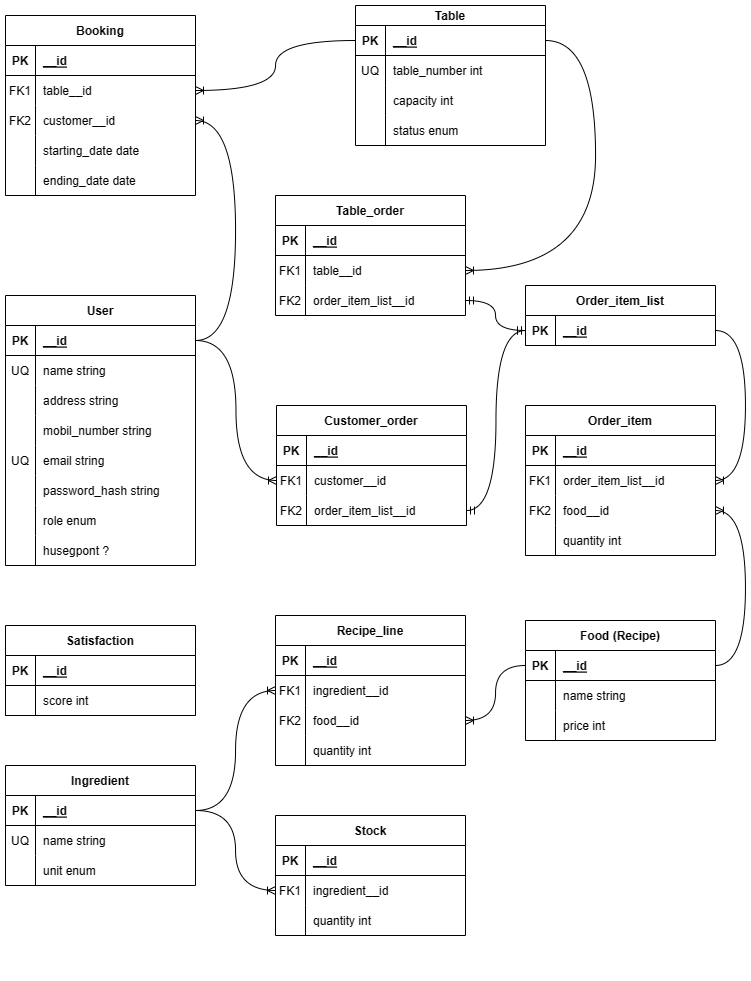
Earlier version of the draw.io export docs/restaurant-data-model.png (bence1922/restaurant). Source tidied: cells renumbered, new cells last; positions are measured from the earlier drawing's top-left corner, leaving out a move shared by most shapes.
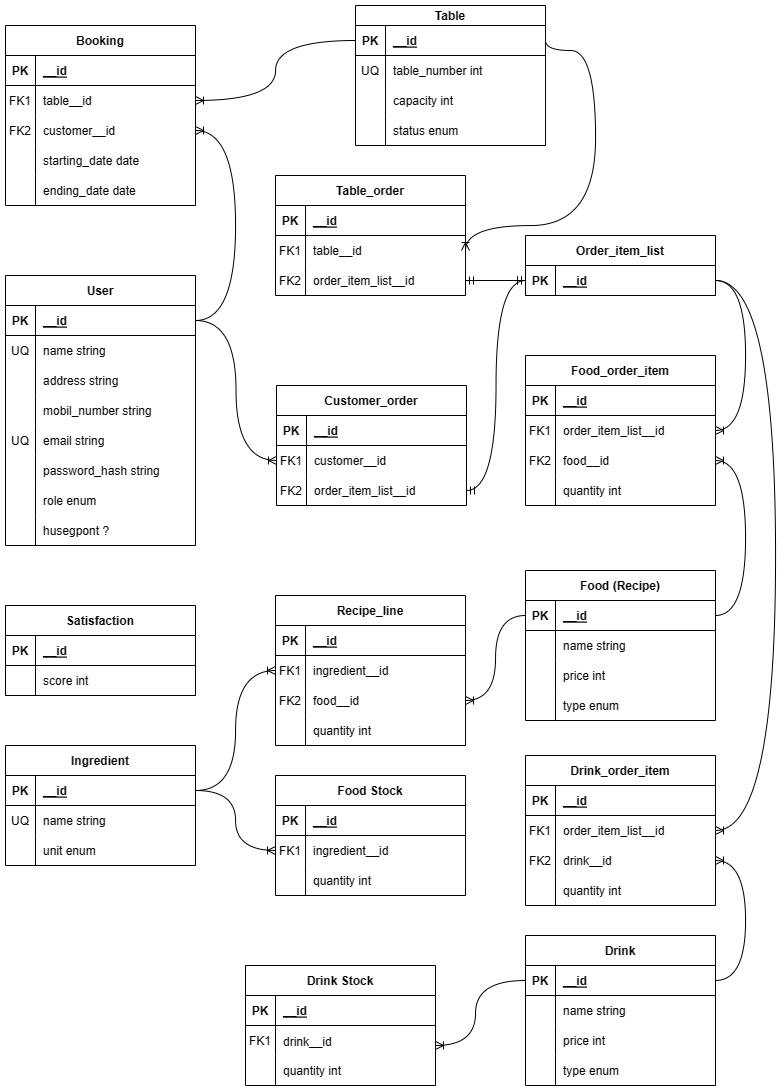
After the commit.

Commit message:
drink in data model

Diff of the diagram source:
```diff
@@ -3,7 +3,7 @@
     <mxCell id="0" />
     <mxCell id="1" parent="0" />
     <mxCell id="2" value="Food (Recipe)" style="shape=table;startSize=30;rowLines=0;fontStyle=1;align=center;" parent="1" vertex="1">
-      <mxGeometry x="520" y="615" width="190" height="120" as="geometry" />
+      <mxGeometry x="520" y="555" width="190" height="150" as="geometry" />
     </mxCell>
     <mxCell id="3" style="shape=partialRectangle;fillColor=none;points=[[0,0.5],[1,0.5]];portConstraint=eastwest;top=0;left=0;right=0;bottom=1;" parent="2" vertex="1">
       <mxGeometry y="30" width="190" height="30" as="geometry" />
@@ -32,8 +32,17 @@
     <mxCell id="11" value="price int" style="shape=partialRectangle;overflow=hidden;fillColor=none;top=0;left=0;bottom=0;right=0;align=left;spacingLeft=6;" parent="9" vertex="1">
       <mxGeometry x="30" width="160" height="30" as="geometry" />
     </mxCell>
+    <mxCell id="158" style="shape=partialRectangle;fillColor=none;top=0;left=0;right=0;bottom=0;" parent="2" vertex="1">
+      <mxGeometry y="120" width="190" height="30" as="geometry" />
+    </mxCell>
+    <mxCell id="159" style="shape=partialRectangle;overflow=hidden;fillColor=none;top=0;left=0;bottom=0;right=0;" parent="158" vertex="1">
+      <mxGeometry width="30" height="30" as="geometry" />
+    </mxCell>
+    <mxCell id="160" value="type enum" style="shape=partialRectangle;overflow=hidden;fillColor=none;top=0;left=0;bottom=0;right=0;align=left;spacingLeft=6;" parent="158" vertex="1">
+      <mxGeometry x="30" width="160" height="30" as="geometry" />
+    </mxCell>
     <mxCell id="12" value="Ingredient" style="shape=table;startSize=30;rowLines=0;fontStyle=1;align=center;" parent="1" vertex="1">
-      <mxGeometry y="760" width="190" height="120" as="geometry" />
+      <mxGeometry y="730" width="190" height="120" as="geometry" />
     </mxCell>
     <mxCell id="13" style="shape=partialRectangle;fillColor=none;points=[[0,0.5],[1,0.5]];portConstraint=eastwest;top=0;left=0;right=0;bottom=1;" parent="12" vertex="1">
       <mxGeometry y="30" width="190" height="30" as="geometry" />
@@ -63,7 +72,7 @@
       <mxGeometry x="30" width="160" height="30" as="geometry" />
     </mxCell>
     <mxCell id="22" value="User" style="shape=table;startSize=30;rowLines=0;fontStyle=1;align=center;" parent="1" vertex="1">
-      <mxGeometry y="290" width="190" height="270" as="geometry" />
+      <mxGeometry y="260" width="190" height="270" as="geometry" />
     </mxCell>
     <mxCell id="23" style="shape=partialRectangle;fillColor=none;points=[[0,0.5],[1,0.5]];portConstraint=eastwest;top=0;left=0;right=0;bottom=1;" parent="22" vertex="1">
       <mxGeometry y="30" width="190" height="30" as="geometry" />
@@ -138,7 +147,7 @@
       <mxGeometry x="30" width="160" height="30" as="geometry" />
     </mxCell>
     <mxCell id="47" value="Table" style="shape=table;startSize=20;rowLines=0;fontStyle=1;align=center;" parent="1" vertex="1">
-      <mxGeometry x="350" width="190" height="140" as="geometry" />
+      <mxGeometry x="350" y="-10" width="190" height="140" as="geometry" />
     </mxCell>
     <mxCell id="48" style="shape=partialRectangle;fillColor=none;points=[[0,0.5],[1,0.5]];portConstraint=eastwest;top=0;left=0;right=0;bottom=1;" parent="47" vertex="1">
       <mxGeometry y="20" width="190" height="30" as="geometry" />
@@ -230,7 +239,7 @@
     <mxCell id="77" style="edgeStyle=orthogonalEdgeStyle;fontSize=12;html=1;endArrow=ERoneToMany;rounded=0;exitX=1;exitY=0.5;exitDx=0;exitDy=0;entryX=1;entryY=0.5;entryDx=0;entryDy=0;curved=1;" parent="1" edge="1" source="23" target="67">
       <mxGeometry relative="1" as="geometry">
         <Array as="points">
-          <mxPoint x="230" y="335" />
+          <mxPoint x="230" y="305" />
           <mxPoint x="230" y="115" />
         </Array>
       </mxGeometry>
@@ -239,7 +248,7 @@
       <mxGeometry relative="1" as="geometry" />
     </mxCell>
     <mxCell id="79" style="group;" parent="1" vertex="1">
-      <mxGeometry x="270" y="610" width="190" height="160" as="geometry" />
+      <mxGeometry x="270" y="580" width="190" height="160" as="geometry" />
     </mxCell>
     <mxCell id="80" value="Recipe_line" style="shape=table;startSize=30;rowLines=0;fontStyle=1;align=center;" parent="79" vertex="1">
       <mxGeometry width="190" height="150" as="geometry" />
@@ -287,9 +296,9 @@
       <mxGeometry relative="1" as="geometry" />
     </mxCell>
     <mxCell id="95" style="group;" parent="1" vertex="1">
-      <mxGeometry x="270" y="810" width="190" height="160" as="geometry" />
+      <mxGeometry x="270" y="760" width="190" height="160" as="geometry" />
     </mxCell>
-    <mxCell id="96" value="Stock" style="shape=table;startSize=30;rowLines=0;fontStyle=1;align=center;" parent="95" vertex="1">
+    <mxCell id="96" value="Food Stock" style="shape=table;startSize=30;rowLines=0;fontStyle=1;align=center;" parent="95" vertex="1">
       <mxGeometry width="190" height="120" as="geometry" />
     </mxCell>
     <mxCell id="97" style="shape=partialRectangle;fillColor=none;top=0;left=0;right=0;bottom=1;" parent="96" vertex="1">
@@ -326,7 +335,7 @@
       <mxGeometry relative="1" as="geometry" />
     </mxCell>
     <mxCell id="108" value="Customer_order" style="shape=table;startSize=30;rowLines=0;fontStyle=1;align=center;" parent="1" vertex="1">
-      <mxGeometry x="271" y="400" width="190" height="120" as="geometry" />
+      <mxGeometry x="271" y="370" width="190" height="120" as="geometry" />
     </mxCell>
     <mxCell id="109" style="shape=partialRectangle;fillColor=none;top=0;left=0;right=0;bottom=1;" parent="108" vertex="1">
       <mxGeometry y="30" width="190" height="30" as="geometry" />
@@ -355,8 +364,8 @@
     <mxCell id="117" value="order_item_list__id" style="shape=partialRectangle;overflow=hidden;fillColor=none;top=0;left=0;bottom=0;right=0;align=left;spacingLeft=6;" parent="115" vertex="1">
       <mxGeometry x="30" width="160" height="30" as="geometry" />
     </mxCell>
-    <mxCell id="118" value="Order_item" style="shape=table;startSize=30;rowLines=0;fontStyle=1;align=center;" parent="1" vertex="1">
-      <mxGeometry x="520" y="400" width="190" height="150" as="geometry" />
+    <mxCell id="118" value="Food_order_item" style="shape=table;startSize=30;rowLines=0;fontStyle=1;align=center;" parent="1" vertex="1">
+      <mxGeometry x="520" y="340" width="190" height="150" as="geometry" />
     </mxCell>
     <mxCell id="119" style="shape=partialRectangle;fillColor=none;top=0;left=0;right=0;bottom=1;" parent="118" vertex="1">
       <mxGeometry y="30" width="190" height="30" as="geometry" />
@@ -400,21 +409,21 @@
     <mxCell id="132" style="edgeStyle=orthogonalEdgeStyle;fontSize=12;html=1;endArrow=ERoneToMany;rounded=0;exitX=1;exitY=0.5;exitDx=0;exitDy=0;entryX=1;entryY=0.5;entryDx=0;entryDy=0;curved=1;" parent="1" edge="1" source="3" target="125">
       <mxGeometry relative="1" as="geometry">
         <Array as="points">
-          <mxPoint x="740" y="660" />
-          <mxPoint x="740" y="505" />
+          <mxPoint x="740" y="600" />
+          <mxPoint x="740" y="445" />
         </Array>
       </mxGeometry>
     </mxCell>
     <mxCell id="133" style="edgeStyle=orthogonalEdgeStyle;fontSize=12;html=1;endArrow=ERoneToMany;rounded=0;entryX=1;entryY=0.5;entryDx=0;entryDy=0;exitX=1;exitY=0.5;exitDx=0;exitDy=0;curved=1;" parent="1" edge="1" source="145" target="122">
       <mxGeometry relative="1" as="geometry">
         <Array as="points">
-          <mxPoint x="740" y="325" />
-          <mxPoint x="740" y="475" />
+          <mxPoint x="740" y="265" />
+          <mxPoint x="740" y="415" />
         </Array>
       </mxGeometry>
     </mxCell>
     <mxCell id="134" value="Table_order" style="shape=table;startSize=30;rowLines=0;fontStyle=1;align=center;" parent="1" vertex="1">
-      <mxGeometry x="270" y="190" width="190" height="120" as="geometry" />
+      <mxGeometry x="270" y="160" width="190" height="120" as="geometry" />
     </mxCell>
     <mxCell id="135" style="shape=partialRectangle;fillColor=none;top=0;left=0;right=0;bottom=1;" parent="134" vertex="1">
       <mxGeometry y="30" width="190" height="30" as="geometry" />
@@ -444,7 +453,7 @@
       <mxGeometry x="30" width="160" height="30" as="geometry" />
     </mxCell>
     <mxCell id="144" value="Order_item_list" style="shape=table;startSize=30;rowLines=0;fontStyle=1;align=center;" parent="1" vertex="1">
-      <mxGeometry x="520" y="280" width="190" height="60" as="geometry" />
+      <mxGeometry x="520" y="220" width="190" height="60" as="geometry" />
     </mxCell>
     <mxCell id="145" style="shape=partialRectangle;fillColor=none;points=[[0,0.5],[1,0.5]];portConstraint=eastwest;top=0;left=0;right=0;bottom=1;" parent="144" vertex="1">
       <mxGeometry y="30" width="190" height="30" as="geometry" />
@@ -465,12 +474,13 @@
       <mxGeometry relative="1" as="geometry">
         <Array as="points">
           <mxPoint x="590" y="35" />
-          <mxPoint x="590" y="265" />
+          <mxPoint x="590" y="210" />
+          <mxPoint x="460" y="210" />
         </Array>
       </mxGeometry>
     </mxCell>
     <mxCell id="151" value="Satisfaction" style="shape=table;startSize=30;rowLines=0;fontStyle=1;align=center;" parent="1" vertex="1">
-      <mxGeometry y="620" width="190" height="90" as="geometry" />
+      <mxGeometry y="590" width="190" height="90" as="geometry" />
     </mxCell>
     <mxCell id="152" style="shape=partialRectangle;fillColor=none;top=0;left=0;right=0;bottom=1;" parent="151" vertex="1">
       <mxGeometry y="30" width="190" height="30" as="geometry" />
@@ -490,5 +500,144 @@
     <mxCell id="157" value="score int" style="shape=partialRectangle;overflow=hidden;fillColor=none;top=0;left=0;bottom=0;right=0;align=left;spacingLeft=6;fontStyle=0;" parent="155" vertex="1">
       <mxGeometry x="30" width="160" height="30" as="geometry" />
     </mxCell>
+    <mxCell id="161" value="Drink" style="shape=table;startSize=30;rowLines=0;fontStyle=1;align=center;" parent="1" vertex="1">
+      <mxGeometry x="520" y="920" width="190" height="150" as="geometry" />
+    </mxCell>
+    <mxCell id="162" style="shape=partialRectangle;fillColor=none;points=[[0,0.5],[1,0.5]];portConstraint=eastwest;top=0;left=0;right=0;bottom=1;" parent="161" vertex="1">
+      <mxGeometry y="30" width="190" height="30" as="geometry" />
+    </mxCell>
+    <mxCell id="163" value="PK" style="shape=partialRectangle;overflow=hidden;fillColor=none;top=0;left=0;bottom=0;right=0;fontStyle=1;" parent="162" vertex="1">
+      <mxGeometry width="30" height="30" as="geometry" />
+    </mxCell>
+    <mxCell id="164" value="__id" style="shape=partialRectangle;overflow=hidden;fillColor=none;top=0;left=0;bottom=0;right=0;align=left;spacingLeft=6;fontStyle=5;" parent="162" vertex="1">
+      <mxGeometry x="30" width="160" height="30" as="geometry" />
+    </mxCell>
+    <mxCell id="165" style="shape=partialRectangle;fillColor=none;top=0;left=0;right=0;bottom=0;" parent="161" vertex="1">
+      <mxGeometry y="60" width="190" height="30" as="geometry" />
+    </mxCell>
+    <mxCell id="166" style="shape=partialRectangle;overflow=hidden;fillColor=none;top=0;left=0;bottom=0;right=0;" parent="165" vertex="1">
+      <mxGeometry width="30" height="30" as="geometry" />
+    </mxCell>
+    <mxCell id="167" value="name string" style="shape=partialRectangle;overflow=hidden;fillColor=none;top=0;left=0;bottom=0;right=0;align=left;spacingLeft=6;" parent="165" vertex="1">
+      <mxGeometry x="30" width="160" height="30" as="geometry" />
+    </mxCell>
+    <mxCell id="168" style="shape=partialRectangle;fillColor=none;top=0;left=0;right=0;bottom=0;" parent="161" vertex="1">
+      <mxGeometry y="90" width="190" height="30" as="geometry" />
+    </mxCell>
+    <mxCell id="169" style="shape=partialRectangle;overflow=hidden;fillColor=none;top=0;left=0;bottom=0;right=0;" parent="168" vertex="1">
+      <mxGeometry width="30" height="30" as="geometry" />
+    </mxCell>
+    <mxCell id="170" value="price int" style="shape=partialRectangle;overflow=hidden;fillColor=none;top=0;left=0;bottom=0;right=0;align=left;spacingLeft=6;" parent="168" vertex="1">
+      <mxGeometry x="30" width="160" height="30" as="geometry" />
+    </mxCell>
+    <mxCell id="171" style="shape=partialRectangle;fillColor=none;top=0;left=0;right=0;bottom=0;" parent="161" vertex="1">
+      <mxGeometry y="120" width="190" height="30" as="geometry" />
+    </mxCell>
+    <mxCell id="172" style="shape=partialRectangle;overflow=hidden;fillColor=none;top=0;left=0;bottom=0;right=0;" parent="171" vertex="1">
+      <mxGeometry width="30" height="30" as="geometry" />
+    </mxCell>
+    <mxCell id="173" value="type enum" style="shape=partialRectangle;overflow=hidden;fillColor=none;top=0;left=0;bottom=0;right=0;align=left;spacingLeft=6;" parent="171" vertex="1">
+      <mxGeometry x="30" width="160" height="30" as="geometry" />
+    </mxCell>
+    <mxCell id="174" value="Drink_order_item" style="shape=table;startSize=30;rowLines=0;fontStyle=1;align=center;" parent="1" vertex="1">
+      <mxGeometry x="520" y="740" width="190" height="150" as="geometry" />
+    </mxCell>
+    <mxCell id="175" style="shape=partialRectangle;fillColor=none;top=0;left=0;right=0;bottom=1;" parent="174" vertex="1">
+      <mxGeometry y="30" width="190" height="30" as="geometry" />
+    </mxCell>
+    <mxCell id="176" value="PK" style="shape=partialRectangle;overflow=hidden;fillColor=none;top=0;left=0;bottom=0;right=0;fontStyle=1;" parent="175" vertex="1">
+      <mxGeometry width="30" height="30" as="geometry" />
+    </mxCell>
+    <mxCell id="177" value="__id" style="shape=partialRectangle;overflow=hidden;fillColor=none;top=0;left=0;bottom=0;right=0;align=left;spacingLeft=6;fontStyle=5;" parent="175" vertex="1">
+      <mxGeometry x="30" width="160" height="30" as="geometry" />
+    </mxCell>
+    <mxCell id="178" style="shape=partialRectangle;fillColor=none;points=[[0,0.5],[1,0.5]];portConstraint=eastwest;top=0;left=0;right=0;bottom=0;" parent="174" vertex="1">
+      <mxGeometry y="60" width="190" height="30" as="geometry" />
+    </mxCell>
+    <mxCell id="179" value="FK1" style="shape=partialRectangle;overflow=hidden;fillColor=none;top=0;left=0;bottom=0;right=0;" parent="178" vertex="1">
+      <mxGeometry width="30" height="30" as="geometry" />
+    </mxCell>
+    <mxCell id="180" value="order_item_list__id" style="shape=partialRectangle;overflow=hidden;fillColor=none;top=0;left=0;bottom=0;right=0;align=left;spacingLeft=6;" parent="178" vertex="1">
+      <mxGeometry x="30" width="160" height="30" as="geometry" />
+    </mxCell>
+    <mxCell id="181" style="shape=partialRectangle;fillColor=none;points=[[0,0.5],[1,0.5]];portConstraint=eastwest;top=0;left=0;right=0;bottom=0;" parent="174" vertex="1">
+      <mxGeometry y="90" width="190" height="30" as="geometry" />
+    </mxCell>
+    <mxCell id="182" value="FK2" style="shape=partialRectangle;overflow=hidden;fillColor=none;top=0;left=0;bottom=0;right=0;" parent="181" vertex="1">
+      <mxGeometry width="30" height="30" as="geometry" />
+    </mxCell>
+    <mxCell id="183" value="drink__id" style="shape=partialRectangle;overflow=hidden;fillColor=none;top=0;left=0;bottom=0;right=0;align=left;spacingLeft=6;" parent="181" vertex="1">
+      <mxGeometry x="30" width="160" height="30" as="geometry" />
+    </mxCell>
+    <mxCell id="184" style="shape=partialRectangle;fillColor=none;top=0;left=0;right=0;bottom=0;" parent="174" vertex="1">
+      <mxGeometry y="120" width="190" height="30" as="geometry" />
+    </mxCell>
+    <mxCell id="185" style="shape=partialRectangle;overflow=hidden;fillColor=none;top=0;left=0;bottom=0;right=0;" parent="184" vertex="1">
+      <mxGeometry width="30" height="30" as="geometry" />
+    </mxCell>
+    <mxCell id="186" value="quantity int" style="shape=partialRectangle;overflow=hidden;fillColor=none;top=0;left=0;bottom=0;right=0;align=left;spacingLeft=6;" parent="184" vertex="1">
+      <mxGeometry x="30" width="160" height="30" as="geometry" />
+    </mxCell>
+    <mxCell id="187" style="edgeStyle=orthogonalEdgeStyle;fontSize=12;html=1;endArrow=ERoneToMany;rounded=0;entryX=1;entryY=0.5;entryDx=0;entryDy=0;exitX=1;exitY=0.5;exitDx=0;exitDy=0;curved=1;" parent="1" edge="1" source="145" target="178">
+      <mxGeometry relative="1" as="geometry">
+        <Array as="points">
+          <mxPoint x="770" y="265" />
+          <mxPoint x="770" y="815" />
+        </Array>
+      </mxGeometry>
+    </mxCell>
+    <mxCell id="188" style="edgeStyle=orthogonalEdgeStyle;fontSize=12;html=1;endArrow=ERoneToMany;rounded=0;exitX=1;exitY=0.5;exitDx=0;exitDy=0;entryX=1;entryY=0.5;entryDx=0;entryDy=0;curved=1;" parent="1" edge="1" source="162" target="181">
+      <mxGeometry relative="1" as="geometry">
+        <Array as="points">
+          <mxPoint x="740" y="965" />
+          <mxPoint x="740" y="845" />
+        </Array>
+      </mxGeometry>
+    </mxCell>
+    <mxCell id="189" style="group;" parent="1" vertex="1">
+      <mxGeometry x="240" y="950" width="190" height="120" as="geometry" />
+    </mxCell>
+    <mxCell id="190" value="Drink Stock" style="shape=table;startSize=30;rowLines=0;fontStyle=1;align=center;" parent="189" vertex="1">
+      <mxGeometry width="190" height="120" as="geometry" />
+    </mxCell>
+    <mxCell id="191" style="shape=partialRectangle;fillColor=none;top=0;left=0;right=0;bottom=1;" parent="190" vertex="1">
+      <mxGeometry y="30" width="190" height="30" as="geometry" />
+    </mxCell>
+    <mxCell id="192" value="PK" style="shape=partialRectangle;overflow=hidden;fillColor=none;top=0;left=0;bottom=0;right=0;fontStyle=1;" parent="191" vertex="1">
+      <mxGeometry width="30" height="30" as="geometry" />
+    </mxCell>
+    <mxCell id="193" value="__id" style="shape=partialRectangle;overflow=hidden;fillColor=none;top=0;left=0;bottom=0;right=0;align=left;spacingLeft=6;fontStyle=5;" parent="191" vertex="1">
+      <mxGeometry x="30" width="160" height="30" as="geometry" />
+    </mxCell>
+    <mxCell id="194" style="shape=partialRectangle;fillColor=none;top=0;left=0;right=0;bottom=0;" parent="190" vertex="1">
+      <mxGeometry y="60" width="190" height="30" as="geometry" />
+    </mxCell>
+    <mxCell id="195" value="FK1" style="shape=partialRectangle;overflow=hidden;fillColor=none;top=0;left=0;bottom=0;right=0;" parent="194" vertex="1">
+      <mxGeometry width="30" height="30" as="geometry" />
+    </mxCell>
+    <mxCell id="196" style="shape=partialRectangle;overflow=hidden;fillColor=none;top=0;left=0;bottom=0;right=0;align=left;spacingLeft=6;" parent="194" vertex="1">
+      <mxGeometry x="30" width="160" height="30" as="geometry" />
+    </mxCell>
+    <mxCell id="197" style="shape=partialRectangle;fillColor=none;top=0;left=0;right=0;bottom=0;" parent="190" vertex="1">
+      <mxGeometry y="90" width="190" height="30" as="geometry" />
+    </mxCell>
+    <mxCell id="198" style="shape=partialRectangle;overflow=hidden;fillColor=none;top=0;left=0;bottom=0;right=0;" parent="197" vertex="1">
+      <mxGeometry width="30" height="30" as="geometry" />
+    </mxCell>
+    <mxCell id="199" value="quantity int" style="shape=partialRectangle;overflow=hidden;fillColor=none;top=0;left=0;bottom=0;right=0;align=left;spacingLeft=6;" parent="197" vertex="1">
+      <mxGeometry x="30" width="160" height="30" as="geometry" />
+    </mxCell>
+    <mxCell id="200" value="drink__id" style="shape=partialRectangle;overflow=hidden;fillColor=none;top=0;left=0;bottom=0;right=0;align=left;spacingLeft=6;" parent="189" vertex="1">
+      <mxGeometry x="30" y="60" width="160" height="32.5" as="geometry" />
+    </mxCell>
+    <mxCell id="201" style="edgeStyle=orthogonalEdgeStyle;fontSize=12;html=1;endArrow=ERoneToMany;rounded=0;exitX=0;exitY=0.5;exitDx=0;exitDy=0;curved=1;" parent="1" edge="1" source="162">
+      <mxGeometry relative="1" as="geometry">
+        <mxPoint x="430" y="1030" as="targetPoint" />
+        <Array as="points">
+          <mxPoint x="470" y="965" />
+          <mxPoint x="470" y="1030" />
+        </Array>
+      </mxGeometry>
+    </mxCell>
   </root>
 </mxGraphModel>
```
